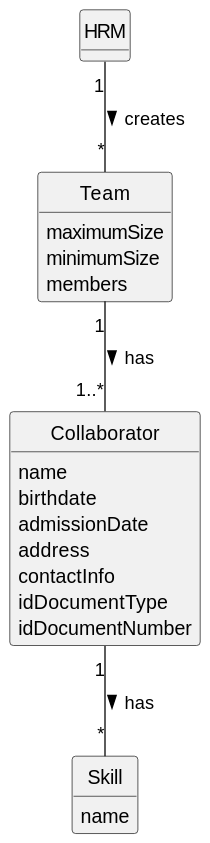
Before: docs/sprintB/us005/02.analysis/svg/us005-domain-model.svg, a diagram exported from PlantUML (diogoveirospro/lei-24-s2-1dg-g072).
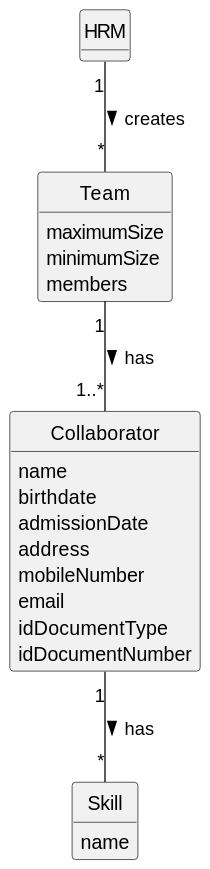
The same diagram one commit later.

Commit message:
US05 Domain Model and Class Diagram

What changed in the source:
```diff
@@ -25,7 +25,8 @@
     birthdate
     admissionDate
     address
-    contactInfo
+    mobileNumber
+    email
     idDocumentType
     idDocumentNumber
 }
```
